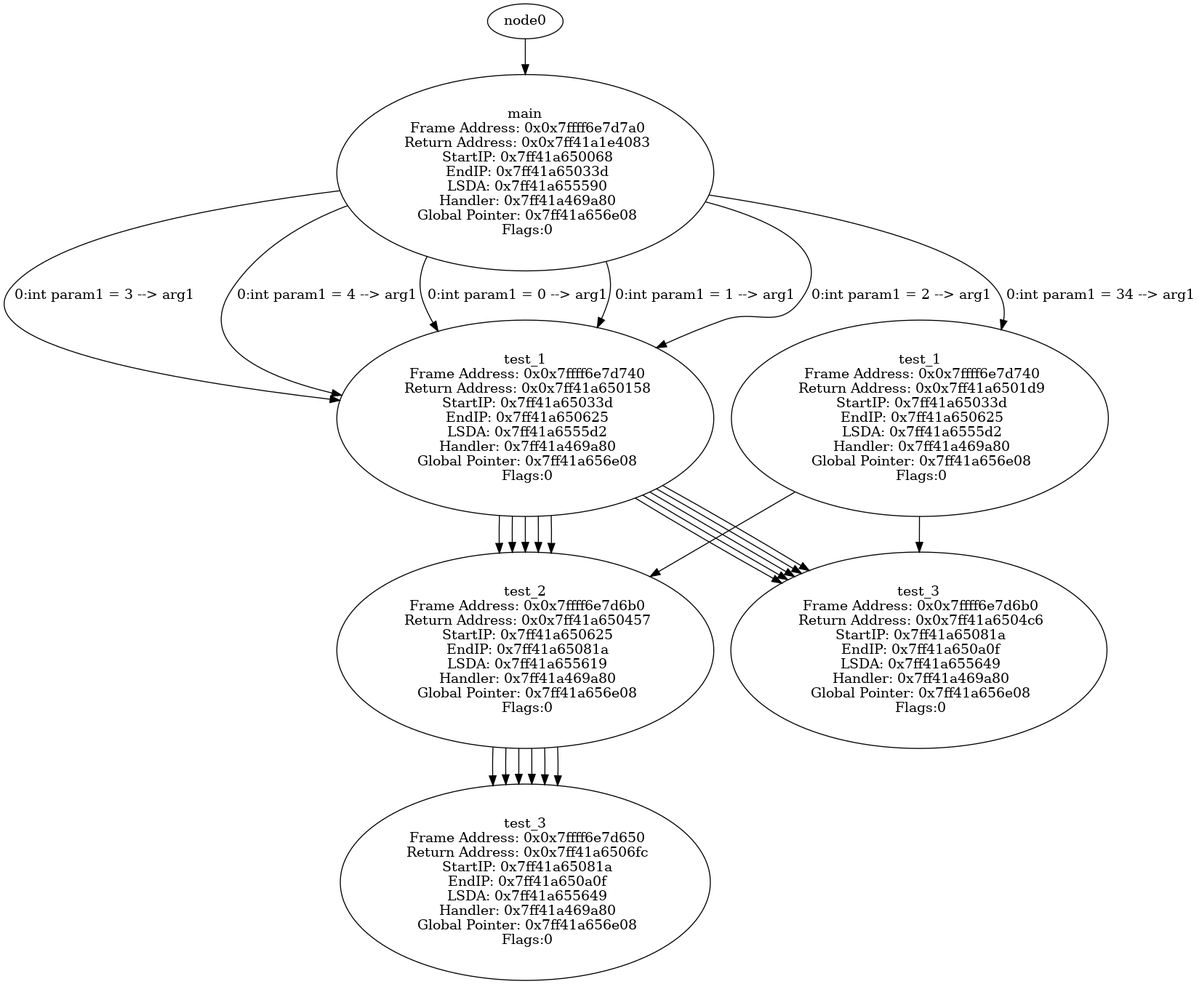
Above: tree.png in SameerDalal/backtrace (Graphviz), before the change. Its source is kept beside it as tree.dot.
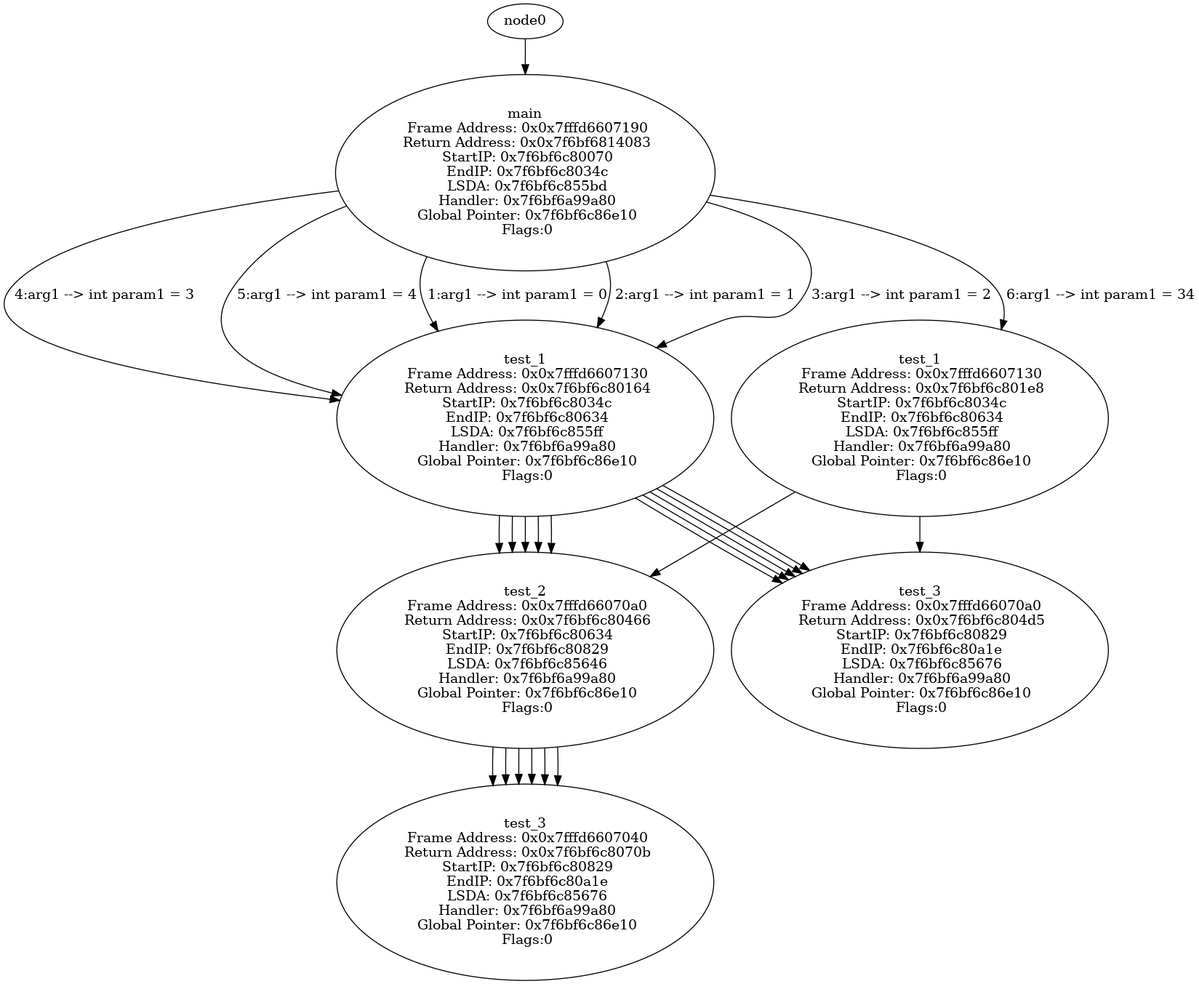
Later version of the same file.

The edit, as a diff of the source:
```diff
@@ -1,52 +1,52 @@
 digraph ContextTree {
-node0x7ff41a6506fc [label="test_3\n Frame Address: 0x0x7ffff6e7d650\n Return Address: 0x0x7ff41a6506fc\n StartIP: 0x7ff41a65081a\n EndIP: 0x7ff41a650a0f\n LSDA: 0x7ff41a655649\n Handler: 0x7ff41a469a80\n Global Pointer: 0x7ff41a656e08\n Flags:0"];
-node0x7ff41a650457 -> node0x7ff41a6506fc
-node0x7ff41a650457 [label="test_2\n Frame Address: 0x0x7ffff6e7d6b0\n Return Address: 0x0x7ff41a650457\n StartIP: 0x7ff41a650625\n EndIP: 0x7ff41a65081a\n LSDA: 0x7ff41a655619\n Handler: 0x7ff41a469a80\n Global Pointer: 0x7ff41a656e08\n Flags:0"];
-node0x7ff41a650158 -> node0x7ff41a650457
-node0x7ff41a6504c6 [label="test_3\n Frame Address: 0x0x7ffff6e7d6b0\n Return Address: 0x0x7ff41a6504c6\n StartIP: 0x7ff41a65081a\n EndIP: 0x7ff41a650a0f\n LSDA: 0x7ff41a655649\n Handler: 0x7ff41a469a80\n Global Pointer: 0x7ff41a656e08\n Flags:0"];
-node0x7ff41a650158 -> node0x7ff41a6504c6
-node0x7ff41a650158 [label="test_1\n Frame Address: 0x0x7ffff6e7d740\n Return Address: 0x0x7ff41a650158\n StartIP: 0x7ff41a65033d\n EndIP: 0x7ff41a650625\n LSDA: 0x7ff41a6555d2\n Handler: 0x7ff41a469a80\n Global Pointer: 0x7ff41a656e08\n Flags:0"];
-node0x7ff41a1e4083 -> node0x7ff41a650158 [label=" 0:int param1 = 0 --> arg1"];
-node0x7ff41a6506fc [label="test_3\n Frame Address: 0x0x7ffff6e7d650\n Return Address: 0x0x7ff41a6506fc\n StartIP: 0x7ff41a65081a\n EndIP: 0x7ff41a650a0f\n LSDA: 0x7ff41a655649\n Handler: 0x7ff41a469a80\n Global Pointer: 0x7ff41a656e08\n Flags:0"];
-node0x7ff41a650457 -> node0x7ff41a6506fc
-node0x7ff41a650457 [label="test_2\n Frame Address: 0x0x7ffff6e7d6b0\n Return Address: 0x0x7ff41a650457\n StartIP: 0x7ff41a650625\n EndIP: 0x7ff41a65081a\n LSDA: 0x7ff41a655619\n Handler: 0x7ff41a469a80\n Global Pointer: 0x7ff41a656e08\n Flags:0"];
-node0x7ff41a650158 -> node0x7ff41a650457
-node0x7ff41a6504c6 [label="test_3\n Frame Address: 0x0x7ffff6e7d6b0\n Return Address: 0x0x7ff41a6504c6\n StartIP: 0x7ff41a65081a\n EndIP: 0x7ff41a650a0f\n LSDA: 0x7ff41a655649\n Handler: 0x7ff41a469a80\n Global Pointer: 0x7ff41a656e08\n Flags:0"];
-node0x7ff41a650158 -> node0x7ff41a6504c6
-node0x7ff41a650158 [label="test_1\n Frame Address: 0x0x7ffff6e7d740\n Return Address: 0x0x7ff41a650158\n StartIP: 0x7ff41a65033d\n EndIP: 0x7ff41a650625\n LSDA: 0x7ff41a6555d2\n Handler: 0x7ff41a469a80\n Global Pointer: 0x7ff41a656e08\n Flags:0"];
-node0x7ff41a1e4083 -> node0x7ff41a650158 [label=" 0:int param1 = 1 --> arg1"];
-node0x7ff41a6506fc [label="test_3\n Frame Address: 0x0x7ffff6e7d650\n Return Address: 0x0x7ff41a6506fc\n StartIP: 0x7ff41a65081a\n EndIP: 0x7ff41a650a0f\n LSDA: 0x7ff41a655649\n Handler: 0x7ff41a469a80\n Global Pointer: 0x7ff41a656e08\n Flags:0"];
-node0x7ff41a650457 -> node0x7ff41a6506fc
-node0x7ff41a650457 [label="test_2\n Frame Address: 0x0x7ffff6e7d6b0\n Return Address: 0x0x7ff41a650457\n StartIP: 0x7ff41a650625\n EndIP: 0x7ff41a65081a\n LSDA: 0x7ff41a655619\n Handler: 0x7ff41a469a80\n Global Pointer: 0x7ff41a656e08\n Flags:0"];
-node0x7ff41a650158 -> node0x7ff41a650457
-node0x7ff41a6504c6 [label="test_3\n Frame Address: 0x0x7ffff6e7d6b0\n Return Address: 0x0x7ff41a6504c6\n StartIP: 0x7ff41a65081a\n EndIP: 0x7ff41a650a0f\n LSDA: 0x7ff41a655649\n Handler: 0x7ff41a469a80\n Global Pointer: 0x7ff41a656e08\n Flags:0"];
-node0x7ff41a650158 -> node0x7ff41a6504c6
-node0x7ff41a650158 [label="test_1\n Frame Address: 0x0x7ffff6e7d740\n Return Address: 0x0x7ff41a650158\n StartIP: 0x7ff41a65033d\n EndIP: 0x7ff41a650625\n LSDA: 0x7ff41a6555d2\n Handler: 0x7ff41a469a80\n Global Pointer: 0x7ff41a656e08\n Flags:0"];
-node0x7ff41a1e4083 -> node0x7ff41a650158 [label=" 0:int param1 = 2 --> arg1"];
-node0x7ff41a6506fc [label="test_3\n Frame Address: 0x0x7ffff6e7d650\n Return Address: 0x0x7ff41a6506fc\n StartIP: 0x7ff41a65081a\n EndIP: 0x7ff41a650a0f\n LSDA: 0x7ff41a655649\n Handler: 0x7ff41a469a80\n Global Pointer: 0x7ff41a656e08\n Flags:0"];
-node0x7ff41a650457 -> node0x7ff41a6506fc
-node0x7ff41a650457 [label="test_2\n Frame Address: 0x0x7ffff6e7d6b0\n Return Address: 0x0x7ff41a650457\n StartIP: 0x7ff41a650625\n EndIP: 0x7ff41a65081a\n LSDA: 0x7ff41a655619\n Handler: 0x7ff41a469a80\n Global Pointer: 0x7ff41a656e08\n Flags:0"];
-node0x7ff41a650158 -> node0x7ff41a650457
-node0x7ff41a6504c6 [label="test_3\n Frame Address: 0x0x7ffff6e7d6b0\n Return Address: 0x0x7ff41a6504c6\n StartIP: 0x7ff41a65081a\n EndIP: 0x7ff41a650a0f\n LSDA: 0x7ff41a655649\n Handler: 0x7ff41a469a80\n Global Pointer: 0x7ff41a656e08\n Flags:0"];
-node0x7ff41a650158 -> node0x7ff41a6504c6
-node0x7ff41a650158 [label="test_1\n Frame Address: 0x0x7ffff6e7d740\n Return Address: 0x0x7ff41a650158\n StartIP: 0x7ff41a65033d\n EndIP: 0x7ff41a650625\n LSDA: 0x7ff41a6555d2\n Handler: 0x7ff41a469a80\n Global Pointer: 0x7ff41a656e08\n Flags:0"];
-node0x7ff41a1e4083 -> node0x7ff41a650158 [label=" 0:int param1 = 3 --> arg1"];
-node0x7ff41a6506fc [label="test_3\n Frame Address: 0x0x7ffff6e7d650\n Return Address: 0x0x7ff41a6506fc\n StartIP: 0x7ff41a65081a\n EndIP: 0x7ff41a650a0f\n LSDA: 0x7ff41a655649\n Handler: 0x7ff41a469a80\n Global Pointer: 0x7ff41a656e08\n Flags:0"];
-node0x7ff41a650457 -> node0x7ff41a6506fc
-node0x7ff41a650457 [label="test_2\n Frame Address: 0x0x7ffff6e7d6b0\n Return Address: 0x0x7ff41a650457\n StartIP: 0x7ff41a650625\n EndIP: 0x7ff41a65081a\n LSDA: 0x7ff41a655619\n Handler: 0x7ff41a469a80\n Global Pointer: 0x7ff41a656e08\n Flags:0"];
-node0x7ff41a650158 -> node0x7ff41a650457
-node0x7ff41a6504c6 [label="test_3\n Frame Address: 0x0x7ffff6e7d6b0\n Return Address: 0x0x7ff41a6504c6\n StartIP: 0x7ff41a65081a\n EndIP: 0x7ff41a650a0f\n LSDA: 0x7ff41a655649\n Handler: 0x7ff41a469a80\n Global Pointer: 0x7ff41a656e08\n Flags:0"];
-node0x7ff41a650158 -> node0x7ff41a6504c6
-node0x7ff41a650158 [label="test_1\n Frame Address: 0x0x7ffff6e7d740\n Return Address: 0x0x7ff41a650158\n StartIP: 0x7ff41a65033d\n EndIP: 0x7ff41a650625\n LSDA: 0x7ff41a6555d2\n Handler: 0x7ff41a469a80\n Global Pointer: 0x7ff41a656e08\n Flags:0"];
-node0x7ff41a1e4083 -> node0x7ff41a650158 [label=" 0:int param1 = 4 --> arg1"];
-node0x7ff41a6506fc [label="test_3\n Frame Address: 0x0x7ffff6e7d650\n Return Address: 0x0x7ff41a6506fc\n StartIP: 0x7ff41a65081a\n EndIP: 0x7ff41a650a0f\n LSDA: 0x7ff41a655649\n Handler: 0x7ff41a469a80\n Global Pointer: 0x7ff41a656e08\n Flags:0"];
-node0x7ff41a650457 -> node0x7ff41a6506fc
-node0x7ff41a650457 [label="test_2\n Frame Address: 0x0x7ffff6e7d6b0\n Return Address: 0x0x7ff41a650457\n StartIP: 0x7ff41a650625\n EndIP: 0x7ff41a65081a\n LSDA: 0x7ff41a655619\n Handler: 0x7ff41a469a80\n Global Pointer: 0x7ff41a656e08\n Flags:0"];
-node0x7ff41a6501d9 -> node0x7ff41a650457
-node0x7ff41a6504c6 [label="test_3\n Frame Address: 0x0x7ffff6e7d6b0\n Return Address: 0x0x7ff41a6504c6\n StartIP: 0x7ff41a65081a\n EndIP: 0x7ff41a650a0f\n LSDA: 0x7ff41a655649\n Handler: 0x7ff41a469a80\n Global Pointer: 0x7ff41a656e08\n Flags:0"];
-node0x7ff41a6501d9 -> node0x7ff41a6504c6
-node0x7ff41a6501d9 [label="test_1\n Frame Address: 0x0x7ffff6e7d740\n Return Address: 0x0x7ff41a6501d9\n StartIP: 0x7ff41a65033d\n EndIP: 0x7ff41a650625\n LSDA: 0x7ff41a6555d2\n Handler: 0x7ff41a469a80\n Global Pointer: 0x7ff41a656e08\n Flags:0"];
-node0x7ff41a1e4083 -> node0x7ff41a6501d9 [label=" 0:int param1 = 34 --> arg1"];
-node0x7ff41a1e4083 [label="main\n Frame Address: 0x0x7ffff6e7d7a0\n Return Address: 0x0x7ff41a1e4083\n StartIP: 0x7ff41a650068\n EndIP: 0x7ff41a65033d\n LSDA: 0x7ff41a655590\n Handler: 0x7ff41a469a80\n Global Pointer: 0x7ff41a656e08\n Flags:0"];
-node0 -> node0x7ff41a1e4083
+node0x7f6bf6c8070b [label="test_3\n Frame Address: 0x0x7fffd6607040\n Return Address: 0x0x7f6bf6c8070b\n StartIP: 0x7f6bf6c80829\n EndIP: 0x7f6bf6c80a1e\n LSDA: 0x7f6bf6c85676\n Handler: 0x7f6bf6a99a80\n Global Pointer: 0x7f6bf6c86e10\n Flags:0"];
+node0x7f6bf6c80466 -> node0x7f6bf6c8070b
+node0x7f6bf6c80466 [label="test_2\n Frame Address: 0x0x7fffd66070a0\n Return Address: 0x0x7f6bf6c80466\n StartIP: 0x7f6bf6c80634\n EndIP: 0x7f6bf6c80829\n LSDA: 0x7f6bf6c85646\n Handler: 0x7f6bf6a99a80\n Global Pointer: 0x7f6bf6c86e10\n Flags:0"];
+node0x7f6bf6c80164 -> node0x7f6bf6c80466
+node0x7f6bf6c804d5 [label="test_3\n Frame Address: 0x0x7fffd66070a0\n Return Address: 0x0x7f6bf6c804d5\n StartIP: 0x7f6bf6c80829\n EndIP: 0x7f6bf6c80a1e\n LSDA: 0x7f6bf6c85676\n Handler: 0x7f6bf6a99a80\n Global Pointer: 0x7f6bf6c86e10\n Flags:0"];
+node0x7f6bf6c80164 -> node0x7f6bf6c804d5
+node0x7f6bf6c80164 [label="test_1\n Frame Address: 0x0x7fffd6607130\n Return Address: 0x0x7f6bf6c80164\n StartIP: 0x7f6bf6c8034c\n EndIP: 0x7f6bf6c80634\n LSDA: 0x7f6bf6c855ff\n Handler: 0x7f6bf6a99a80\n Global Pointer: 0x7f6bf6c86e10\n Flags:0"];
+node0x7f6bf6814083 -> node0x7f6bf6c80164 [label=" 1:arg1 --> int param1 = 0"];
+node0x7f6bf6c8070b [label="test_3\n Frame Address: 0x0x7fffd6607040\n Return Address: 0x0x7f6bf6c8070b\n StartIP: 0x7f6bf6c80829\n EndIP: 0x7f6bf6c80a1e\n LSDA: 0x7f6bf6c85676\n Handler: 0x7f6bf6a99a80\n Global Pointer: 0x7f6bf6c86e10\n Flags:0"];
+node0x7f6bf6c80466 -> node0x7f6bf6c8070b
+node0x7f6bf6c80466 [label="test_2\n Frame Address: 0x0x7fffd66070a0\n Return Address: 0x0x7f6bf6c80466\n StartIP: 0x7f6bf6c80634\n EndIP: 0x7f6bf6c80829\n LSDA: 0x7f6bf6c85646\n Handler: 0x7f6bf6a99a80\n Global Pointer: 0x7f6bf6c86e10\n Flags:0"];
+node0x7f6bf6c80164 -> node0x7f6bf6c80466
+node0x7f6bf6c804d5 [label="test_3\n Frame Address: 0x0x7fffd66070a0\n Return Address: 0x0x7f6bf6c804d5\n StartIP: 0x7f6bf6c80829\n EndIP: 0x7f6bf6c80a1e\n LSDA: 0x7f6bf6c85676\n Handler: 0x7f6bf6a99a80\n Global Pointer: 0x7f6bf6c86e10\n Flags:0"];
+node0x7f6bf6c80164 -> node0x7f6bf6c804d5
+node0x7f6bf6c80164 [label="test_1\n Frame Address: 0x0x7fffd6607130\n Return Address: 0x0x7f6bf6c80164\n StartIP: 0x7f6bf6c8034c\n EndIP: 0x7f6bf6c80634\n LSDA: 0x7f6bf6c855ff\n Handler: 0x7f6bf6a99a80\n Global Pointer: 0x7f6bf6c86e10\n Flags:0"];
+node0x7f6bf6814083 -> node0x7f6bf6c80164 [label=" 2:arg1 --> int param1 = 1"];
+node0x7f6bf6c8070b [label="test_3\n Frame Address: 0x0x7fffd6607040\n Return Address: 0x0x7f6bf6c8070b\n StartIP: 0x7f6bf6c80829\n EndIP: 0x7f6bf6c80a1e\n LSDA: 0x7f6bf6c85676\n Handler: 0x7f6bf6a99a80\n Global Pointer: 0x7f6bf6c86e10\n Flags:0"];
+node0x7f6bf6c80466 -> node0x7f6bf6c8070b
+node0x7f6bf6c80466 [label="test_2\n Frame Address: 0x0x7fffd66070a0\n Return Address: 0x0x7f6bf6c80466\n StartIP: 0x7f6bf6c80634\n EndIP: 0x7f6bf6c80829\n LSDA: 0x7f6bf6c85646\n Handler: 0x7f6bf6a99a80\n Global Pointer: 0x7f6bf6c86e10\n Flags:0"];
+node0x7f6bf6c80164 -> node0x7f6bf6c80466
+node0x7f6bf6c804d5 [label="test_3\n Frame Address: 0x0x7fffd66070a0\n Return Address: 0x0x7f6bf6c804d5\n StartIP: 0x7f6bf6c80829\n EndIP: 0x7f6bf6c80a1e\n LSDA: 0x7f6bf6c85676\n Handler: 0x7f6bf6a99a80\n Global Pointer: 0x7f6bf6c86e10\n Flags:0"];
+node0x7f6bf6c80164 -> node0x7f6bf6c804d5
+node0x7f6bf6c80164 [label="test_1\n Frame Address: 0x0x7fffd6607130\n Return Address: 0x0x7f6bf6c80164\n StartIP: 0x7f6bf6c8034c\n EndIP: 0x7f6bf6c80634\n LSDA: 0x7f6bf6c855ff\n Handler: 0x7f6bf6a99a80\n Global Pointer: 0x7f6bf6c86e10\n Flags:0"];
+node0x7f6bf6814083 -> node0x7f6bf6c80164 [label=" 3:arg1 --> int param1 = 2"];
+node0x7f6bf6c8070b [label="test_3\n Frame Address: 0x0x7fffd6607040\n Return Address: 0x0x7f6bf6c8070b\n StartIP: 0x7f6bf6c80829\n EndIP: 0x7f6bf6c80a1e\n LSDA: 0x7f6bf6c85676\n Handler: 0x7f6bf6a99a80\n Global Pointer: 0x7f6bf6c86e10\n Flags:0"];
+node0x7f6bf6c80466 -> node0x7f6bf6c8070b
+node0x7f6bf6c80466 [label="test_2\n Frame Address: 0x0x7fffd66070a0\n Return Address: 0x0x7f6bf6c80466\n StartIP: 0x7f6bf6c80634\n EndIP: 0x7f6bf6c80829\n LSDA: 0x7f6bf6c85646\n Handler: 0x7f6bf6a99a80\n Global Pointer: 0x7f6bf6c86e10\n Flags:0"];
+node0x7f6bf6c80164 -> node0x7f6bf6c80466
+node0x7f6bf6c804d5 [label="test_3\n Frame Address: 0x0x7fffd66070a0\n Return Address: 0x0x7f6bf6c804d5\n StartIP: 0x7f6bf6c80829\n EndIP: 0x7f6bf6c80a1e\n LSDA: 0x7f6bf6c85676\n Handler: 0x7f6bf6a99a80\n Global Pointer: 0x7f6bf6c86e10\n Flags:0"];
+node0x7f6bf6c80164 -> node0x7f6bf6c804d5
+node0x7f6bf6c80164 [label="test_1\n Frame Address: 0x0x7fffd6607130\n Return Address: 0x0x7f6bf6c80164\n StartIP: 0x7f6bf6c8034c\n EndIP: 0x7f6bf6c80634\n LSDA: 0x7f6bf6c855ff\n Handler: 0x7f6bf6a99a80\n Global Pointer: 0x7f6bf6c86e10\n Flags:0"];
+node0x7f6bf6814083 -> node0x7f6bf6c80164 [label=" 4:arg1 --> int param1 = 3"];
+node0x7f6bf6c8070b [label="test_3\n Frame Address: 0x0x7fffd6607040\n Return Address: 0x0x7f6bf6c8070b\n StartIP: 0x7f6bf6c80829\n EndIP: 0x7f6bf6c80a1e\n LSDA: 0x7f6bf6c85676\n Handler: 0x7f6bf6a99a80\n Global Pointer: 0x7f6bf6c86e10\n Flags:0"];
+node0x7f6bf6c80466 -> node0x7f6bf6c8070b
+node0x7f6bf6c80466 [label="test_2\n Frame Address: 0x0x7fffd66070a0\n Return Address: 0x0x7f6bf6c80466\n StartIP: 0x7f6bf6c80634\n EndIP: 0x7f6bf6c80829\n LSDA: 0x7f6bf6c85646\n Handler: 0x7f6bf6a99a80\n Global Pointer: 0x7f6bf6c86e10\n Flags:0"];
+node0x7f6bf6c80164 -> node0x7f6bf6c80466
+node0x7f6bf6c804d5 [label="test_3\n Frame Address: 0x0x7fffd66070a0\n Return Address: 0x0x7f6bf6c804d5\n StartIP: 0x7f6bf6c80829\n EndIP: 0x7f6bf6c80a1e\n LSDA: 0x7f6bf6c85676\n Handler: 0x7f6bf6a99a80\n Global Pointer: 0x7f6bf6c86e10\n Flags:0"];
+node0x7f6bf6c80164 -> node0x7f6bf6c804d5
+node0x7f6bf6c80164 [label="test_1\n Frame Address: 0x0x7fffd6607130\n Return Address: 0x0x7f6bf6c80164\n StartIP: 0x7f6bf6c8034c\n EndIP: 0x7f6bf6c80634\n LSDA: 0x7f6bf6c855ff\n Handler: 0x7f6bf6a99a80\n Global Pointer: 0x7f6bf6c86e10\n Flags:0"];
+node0x7f6bf6814083 -> node0x7f6bf6c80164 [label=" 5:arg1 --> int param1 = 4"];
+node0x7f6bf6c8070b [label="test_3\n Frame Address: 0x0x7fffd6607040\n Return Address: 0x0x7f6bf6c8070b\n StartIP: 0x7f6bf6c80829\n EndIP: 0x7f6bf6c80a1e\n LSDA: 0x7f6bf6c85676\n Handler: 0x7f6bf6a99a80\n Global Pointer: 0x7f6bf6c86e10\n Flags:0"];
+node0x7f6bf6c80466 -> node0x7f6bf6c8070b
+node0x7f6bf6c80466 [label="test_2\n Frame Address: 0x0x7fffd66070a0\n Return Address: 0x0x7f6bf6c80466\n StartIP: 0x7f6bf6c80634\n EndIP: 0x7f6bf6c80829\n LSDA: 0x7f6bf6c85646\n Handler: 0x7f6bf6a99a80\n Global Pointer: 0x7f6bf6c86e10\n Flags:0"];
+node0x7f6bf6c801e8 -> node0x7f6bf6c80466
+node0x7f6bf6c804d5 [label="test_3\n Frame Address: 0x0x7fffd66070a0\n Return Address: 0x0x7f6bf6c804d5\n StartIP: 0x7f6bf6c80829\n EndIP: 0x7f6bf6c80a1e\n LSDA: 0x7f6bf6c85676\n Handler: 0x7f6bf6a99a80\n Global Pointer: 0x7f6bf6c86e10\n Flags:0"];
+node0x7f6bf6c801e8 -> node0x7f6bf6c804d5
+node0x7f6bf6c801e8 [label="test_1\n Frame Address: 0x0x7fffd6607130\n Return Address: 0x0x7f6bf6c801e8\n StartIP: 0x7f6bf6c8034c\n EndIP: 0x7f6bf6c80634\n LSDA: 0x7f6bf6c855ff\n Handler: 0x7f6bf6a99a80\n Global Pointer: 0x7f6bf6c86e10\n Flags:0"];
+node0x7f6bf6814083 -> node0x7f6bf6c801e8 [label=" 6:arg1 --> int param1 = 34"];
+node0x7f6bf6814083 [label="main\n Frame Address: 0x0x7fffd6607190\n Return Address: 0x0x7f6bf6814083\n StartIP: 0x7f6bf6c80070\n EndIP: 0x7f6bf6c8034c\n LSDA: 0x7f6bf6c855bd\n Handler: 0x7f6bf6a99a80\n Global Pointer: 0x7f6bf6c86e10\n Flags:0"];
+node0 -> node0x7f6bf6814083
 }
```
